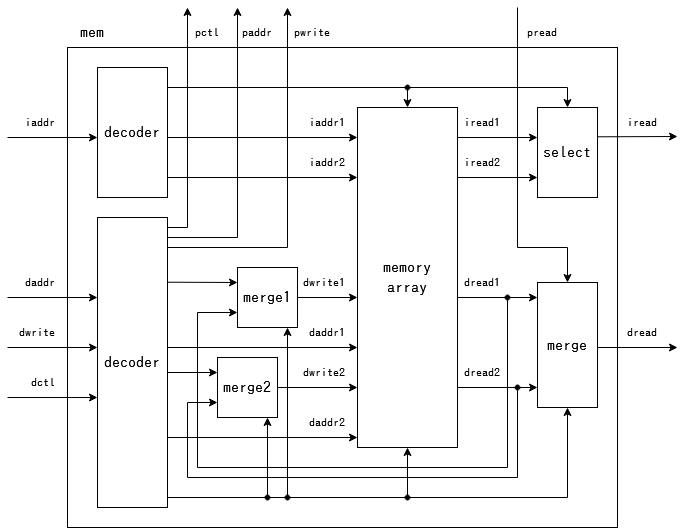
Earlier version of the draw.io export 06_32bit/images/cpu06_mem.drawio.png (mikecat/rv32c_hardware). Source tidied: cells renumbered, new cells last; positions are measured from the earlier drawing's top-left corner, leaving out a move shared by most shapes.
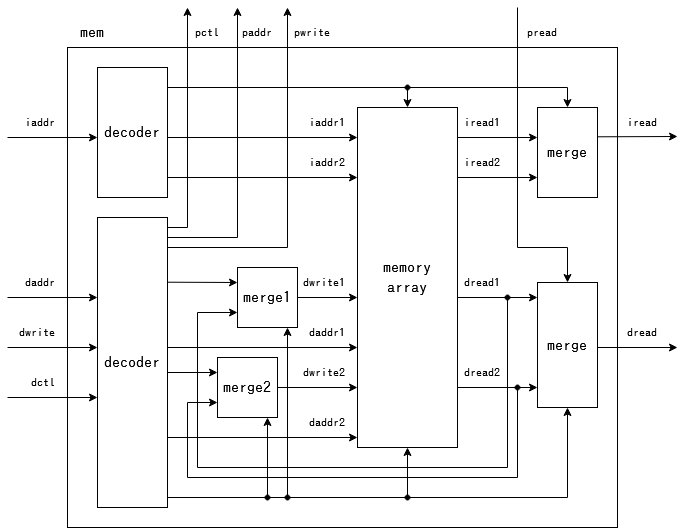
The same diagram one commit later.

Change to the diagram source:
```diff
@@ -185,7 +185,7 @@
         <mxPoint x="350" y="130" as="targetPoint" />
       </mxGeometry>
     </mxCell>
-    <mxCell id="39" value="select" style="rounded=0;whiteSpace=wrap;html=1;fontFamily=IPAGothic;fontSize=16;fillColor=default;" parent="1" vertex="1">
+    <mxCell id="39" value="merge" style="rounded=0;whiteSpace=wrap;html=1;fontFamily=IPAGothic;fontSize=16;fillColor=default;" parent="1" vertex="1">
       <mxGeometry x="530" y="100" width="60" height="90" as="geometry" />
     </mxCell>
     <mxCell id="40" style="endArrow=classic;html=1;rounded=0;fontFamily=IPAGothic;fontSize=12;" parent="1" edge="1">
```
